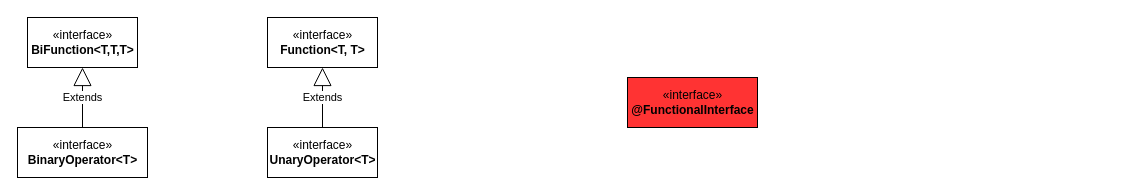
Earlier version of the draw.io diagram page "函数" (22 of 31) of jdk/rt.drawio (tadsimons/draw). Source tidied: cells renumbered, new cells numbered last; positions are measured from the earlier drawing's top-left corner, leaving out a move shared by most shapes. Both pictures are drawn from the tidied source at 100%, with x=0, y=0 at pixel (17, 17).
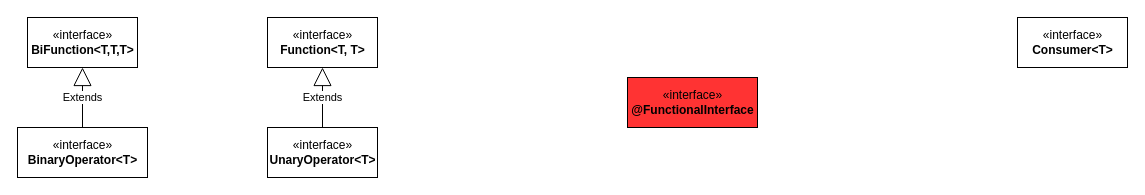
The same page after the edit.

Diff of the diagram source:
```diff
@@
 <mxGraphModel>
   <root>
     <mxCell id="0" />
     <mxCell id="1" parent="0" />
     <mxCell id="2" value="«interface»&lt;br&gt;&lt;b&gt;BiFunction&amp;lt;T,T,T&amp;gt;&lt;/b&gt;" style="html=1;" parent="1" vertex="1">
       <mxGeometry x="10" width="110" height="50" as="geometry" />
     </mxCell>
     <mxCell id="3" value="«interface»&lt;br&gt;&lt;b&gt;BinaryOperator&amp;lt;T&amp;gt;&lt;/b&gt;" style="html=1;" parent="1" vertex="1">
       <mxGeometry y="110" width="130" height="50" as="geometry" />
     </mxCell>
     <mxCell id="4" value="Extends" style="endArrow=block;endSize=16;endFill=0;html=1;entryX=0.5;entryY=1;entryDx=0;entryDy=0;exitX=0.5;exitY=0;exitDx=0;exitDy=0;" parent="1" edge="1" source="3" target="2">
       <mxGeometry relative="1" as="geometry" />
     </mxCell>
     <mxCell id="5" value="«interface»&lt;br&gt;&lt;b&gt;Function&amp;lt;T, T&amp;gt;&lt;/b&gt;" style="html=1;" parent="1" vertex="1">
       <mxGeometry x="250" width="110" height="50" as="geometry" />
     </mxCell>
     <mxCell id="6" value="«interface»&lt;br&gt;&lt;b&gt;UnaryOperator&amp;lt;T&amp;gt;&lt;/b&gt;" style="html=1;" parent="1" vertex="1">
       <mxGeometry x="250" y="110" width="110" height="50" as="geometry" />
     </mxCell>
     <mxCell id="7" value="Extends" style="endArrow=block;endSize=16;endFill=0;html=1;entryX=0.5;entryY=1;entryDx=0;entryDy=0;exitX=0.5;exitY=0;exitDx=0;exitDy=0;" parent="1" edge="1" source="6" target="5">
       <mxGeometry relative="1" as="geometry" />
     </mxCell>
     <mxCell id="8" value="«interface»&lt;br&gt;&lt;b&gt;@FunctionalInterface&lt;/b&gt;" style="html=1;fillColor=#FF3333;" parent="1" vertex="1">
       <mxGeometry x="610" y="60" width="130" height="50" as="geometry" />
     </mxCell>
+    <mxCell id="9" value="«interface»&lt;br&gt;&lt;b&gt;Consumer&amp;lt;T&amp;gt;&lt;/b&gt;" style="html=1;strokeColor=#000000;fillColor=#FFFFFF;" parent="1" vertex="1">
+      <mxGeometry x="1000" width="110" height="50" as="geometry" />
+    </mxCell>
   </root>
 </mxGraphModel>
```
